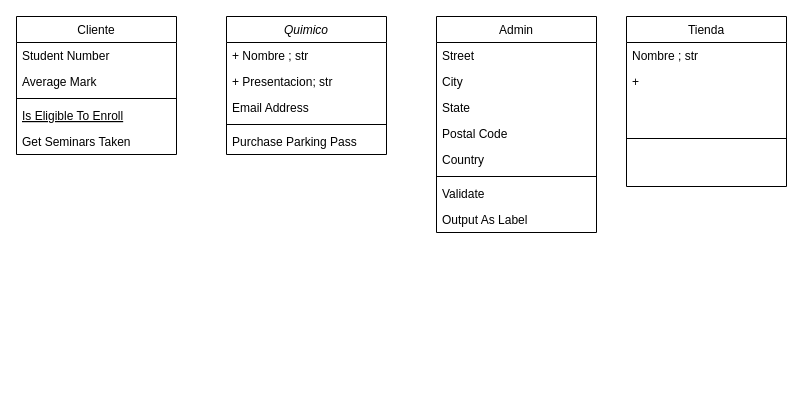
The draw.io diagram Diagrama sin título.drawio in Mayday3003/Python, before the edit. Source tidied: cells renumbered, new cells numbered last; positions are measured from the earlier drawing's top-left corner, leaving out a move shared by most shapes. Both pictures are drawn from the tidied source at 100%, with x=0, y=0 at pixel (16, 16).
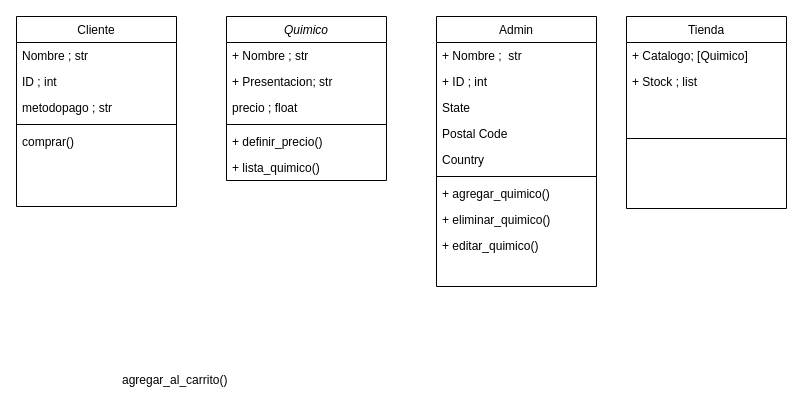
After the change.

Diff of the diagram source:
```diff
@@
     <mxCell id="2" value="Quimico" style="swimlane;fontStyle=2;align=center;verticalAlign=top;horizontal=1;startSize=26;rounded=0;shadow=0;strokeWidth=1;" parent="1" vertex="1">
-      <mxGeometry x="210" width="160" height="138" as="geometry" />
+      <mxGeometry x="210" width="160" height="164" as="geometry" />
     </mxCell>
@@
-    <mxCell id="5" value="Email Address" style="text;align=left;verticalAlign=top;spacingLeft=4;spacingRight=4;overflow=hidden;rounded=0;shadow=0;html=0;" parent="2" vertex="1">
+    <mxCell id="5" value="precio ; float" style="text;align=left;verticalAlign=top;spacingLeft=4;spacingRight=4;overflow=hidden;rounded=0;shadow=0;html=0;" parent="2" vertex="1">
       <mxGeometry y="78" width="160" height="26" as="geometry" />
     </mxCell>
@@
-    <mxCell id="7" value="Purchase Parking Pass" style="text;align=left;verticalAlign=top;spacingLeft=4;spacingRight=4;overflow=hidden;" parent="2" vertex="1">
+    <mxCell id="7" value="+ definir_precio()" style="text;align=left;verticalAlign=top;spacingLeft=4;spacingRight=4;overflow=hidden;" parent="2" vertex="1">
       <mxGeometry y="112" width="160" height="26" as="geometry" />
     </mxCell>
+    <mxCell id="27" value="+ lista_quimico()" style="text;align=left;verticalAlign=top;spacingLeft=4;spacingRight=4;overflow=hidden;" parent="2" vertex="1">
+      <mxGeometry y="138" width="160" height="26" as="geometry" />
+    </mxCell>
     <mxCell id="8" value="Cliente" style="swimlane;fontStyle=0;align=center;verticalAlign=top;horizontal=1;startSize=26;rounded=0;shadow=0;strokeWidth=1;" parent="1" vertex="1">
-      <mxGeometry width="160" height="138" as="geometry" />
+      <mxGeometry width="160" height="190" as="geometry" />
     </mxCell>
-    <mxCell id="9" value="Student Number" style="text;align=left;verticalAlign=top;spacingLeft=4;spacingRight=4;overflow=hidden;" parent="8" vertex="1">
+    <mxCell id="9" value="Nombre ; str" style="text;align=left;verticalAlign=top;spacingLeft=4;spacingRight=4;overflow=hidden;" parent="8" vertex="1">
       <mxGeometry y="26" width="160" height="26" as="geometry" />
     </mxCell>
-    <mxCell id="10" value="Average Mark" style="text;align=left;verticalAlign=top;spacingLeft=4;spacingRight=4;overflow=hidden;rounded=0;shadow=0;html=0;" parent="8" vertex="1">
+    <mxCell id="10" value="ID ; int" style="text;align=left;verticalAlign=top;spacingLeft=4;spacingRight=4;overflow=hidden;rounded=0;shadow=0;html=0;" parent="8" vertex="1">
       <mxGeometry y="52" width="160" height="26" as="geometry" />
     </mxCell>
+    <mxCell id="28" value="metodopago ; str" style="text;align=left;verticalAlign=top;spacingLeft=4;spacingRight=4;overflow=hidden;rounded=0;shadow=0;html=0;" parent="8" vertex="1">
+      <mxGeometry y="78" width="160" height="26" as="geometry" />
+    </mxCell>
     <mxCell id="11" style="line;html=1;strokeWidth=1;align=left;verticalAlign=middle;spacingTop=-1;spacingLeft=3;spacingRight=3;labelPosition=right;" parent="8" vertex="1">
-      <mxGeometry y="78" width="160" height="8" as="geometry" />
+      <mxGeometry y="104" width="160" height="8" as="geometry" />
     </mxCell>
-    <mxCell id="12" value="Is Eligible To Enroll" style="text;align=left;verticalAlign=top;spacingLeft=4;spacingRight=4;overflow=hidden;fontStyle=4;" parent="8" vertex="1">
-      <mxGeometry y="86" width="160" height="26" as="geometry" />
-    </mxCell>
-    <mxCell id="13" value="Get Seminars Taken" style="text;align=left;verticalAlign=top;spacingLeft=4;spacingRight=4;overflow=hidden;" parent="8" vertex="1">
+    <mxCell id="13" value="comprar()&#10;&#10;" style="text;align=left;verticalAlign=top;spacingLeft=4;spacingRight=4;overflow=hidden;" parent="8" vertex="1">
       <mxGeometry y="112" width="160" height="26" as="geometry" />
     </mxCell>
     <mxCell id="14" value="Tienda" style="swimlane;fontStyle=0;align=center;verticalAlign=top;horizontal=1;startSize=26;rounded=0;shadow=0;strokeWidth=1;" parent="1" vertex="1">
-      <mxGeometry x="610" width="160" height="170" as="geometry" />
+      <mxGeometry x="610" width="160" height="192" as="geometry" />
     </mxCell>
-    <mxCell id="15" value="Nombre ; str&#10;" style="text;align=left;verticalAlign=top;spacingLeft=4;spacingRight=4;overflow=hidden;" parent="14" vertex="1">
-      <mxGeometry y="26" width="160" height="26" as="geometry" />
-    </mxCell>
-    <mxCell id="16" value="+ " style="text;align=left;verticalAlign=top;spacingLeft=4;spacingRight=4;overflow=hidden;" parent="14" vertex="1">
-      <mxGeometry y="52" width="160" height="26" as="geometry" />
+    <mxCell id="16" value="+ Catalogo; [Quimico]" style="text;align=left;verticalAlign=top;spacingLeft=4;spacingRight=4;overflow=hidden;" parent="14" vertex="1">
+      <mxGeometry y="26" width="160" height="26" as="geometry" />
     </mxCell>
+    <mxCell id="29" value="+ Stock ; list" style="text;align=left;verticalAlign=top;spacingLeft=4;spacingRight=4;overflow=hidden;" parent="14" vertex="1">
+      <mxGeometry y="52" width="160" height="26" as="geometry" />
+    </mxCell>
@@
     <mxCell id="18" value="Admin" style="swimlane;fontStyle=0;align=center;verticalAlign=top;horizontal=1;startSize=26;rounded=0;shadow=0;strokeWidth=1;" parent="1" vertex="1">
-      <mxGeometry x="420" width="160" height="216" as="geometry" />
+      <mxGeometry x="420" width="160" height="270" as="geometry" />
     </mxCell>
-    <mxCell id="19" value="Street" style="text;align=left;verticalAlign=top;spacingLeft=4;spacingRight=4;overflow=hidden;" parent="18" vertex="1">
+    <mxCell id="19" value="+ Nombre ;  str" style="text;align=left;verticalAlign=top;spacingLeft=4;spacingRight=4;overflow=hidden;" parent="18" vertex="1">
       <mxGeometry y="26" width="160" height="26" as="geometry" />
     </mxCell>
-    <mxCell id="20" value="City" style="text;align=left;verticalAlign=top;spacingLeft=4;spacingRight=4;overflow=hidden;rounded=0;shadow=0;html=0;" parent="18" vertex="1">
+    <mxCell id="20" value="+ ID ; int" style="text;align=left;verticalAlign=top;spacingLeft=4;spacingRight=4;overflow=hidden;rounded=0;shadow=0;html=0;" parent="18" vertex="1">
       <mxGeometry y="52" width="160" height="26" as="geometry" />
     </mxCell>
@@
-    <mxCell id="25" value="Validate" style="text;align=left;verticalAlign=top;spacingLeft=4;spacingRight=4;overflow=hidden;" parent="18" vertex="1">
+    <mxCell id="25" value="+ agregar_quimico()" style="text;align=left;verticalAlign=top;spacingLeft=4;spacingRight=4;overflow=hidden;" parent="18" vertex="1">
       <mxGeometry y="164" width="160" height="26" as="geometry" />
     </mxCell>
-    <mxCell id="26" value="Output As Label" style="text;align=left;verticalAlign=top;spacingLeft=4;spacingRight=4;overflow=hidden;" parent="18" vertex="1">
+    <mxCell id="26" value="+ eliminar_quimico()" style="text;align=left;verticalAlign=top;spacingLeft=4;spacingRight=4;overflow=hidden;" parent="18" vertex="1">
       <mxGeometry y="190" width="160" height="26" as="geometry" />
     </mxCell>
+    <mxCell id="30" value="+ editar_quimico()" style="text;align=left;verticalAlign=top;spacingLeft=4;spacingRight=4;overflow=hidden;" parent="18" vertex="1">
+      <mxGeometry y="216" width="160" height="26" as="geometry" />
+    </mxCell>
+    <mxCell id="12" value="agregar_al_carrito()" style="text;align=left;verticalAlign=top;spacingLeft=4;spacingRight=4;overflow=hidden;fontStyle=0;" parent="1" vertex="1">
+      <mxGeometry x="100" y="350" width="160" height="26" as="geometry" />
+    </mxCell>
```
